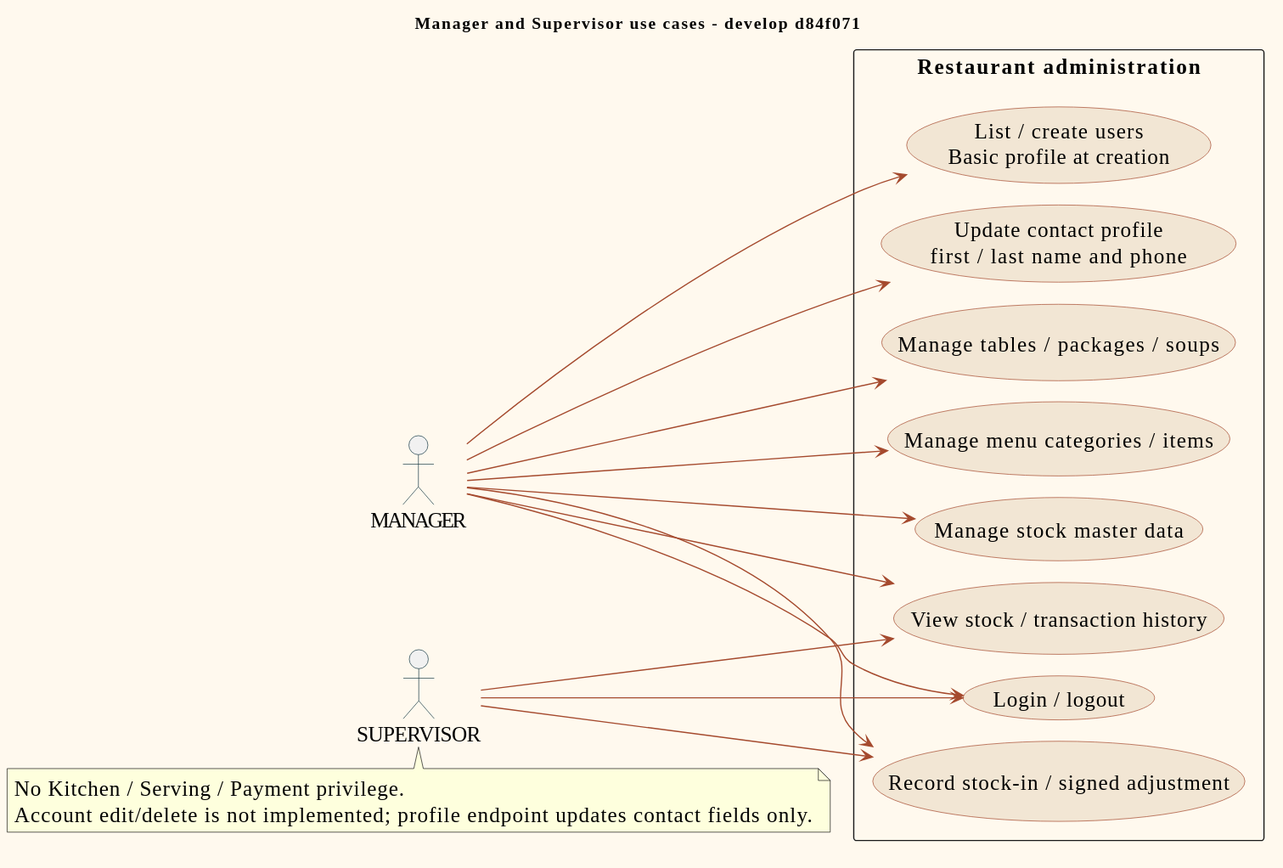
Above: doc/diagrams/previews/use-case-management.svg in PavaritPramual/buffet-restaurant-management-system (PlantUML), before the change.
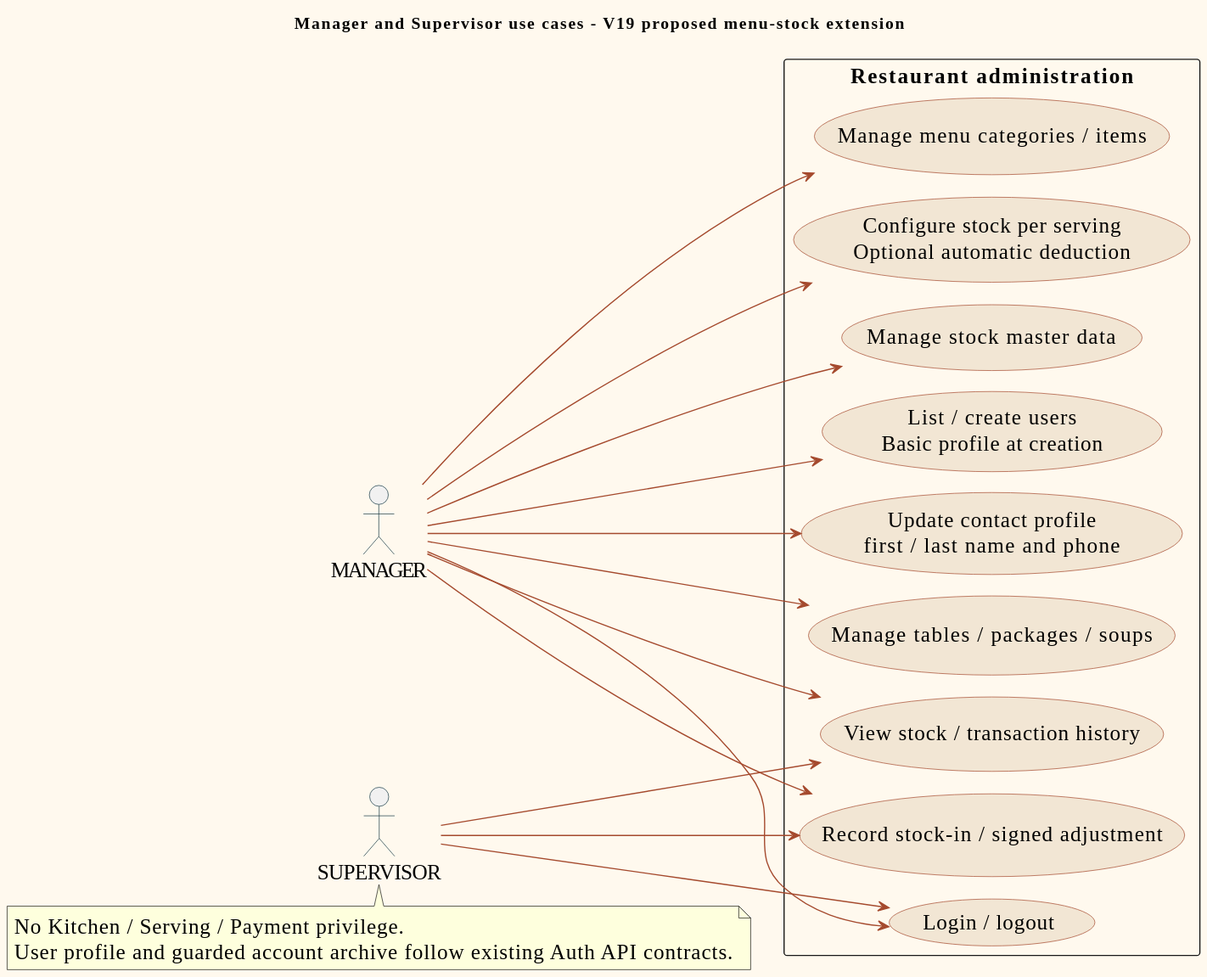
The same diagram one commit later.

What changed in the source:
```diff
@@ -11,7 +11,7 @@
 skinparam actorBorderColor #173A45
 skinparam usecaseBackgroundColor #F2E6D4
 skinparam usecaseBorderColor #A54A2E
-title Manager and Supervisor use cases - develop d84f071
+title Manager and Supervisor use cases - V19 proposed menu-stock extension
 left to right direction
 actor "MANAGER" as Manager
 actor "SUPERVISOR" as Supervisor
@@ -21,6 +21,7 @@
  usecase "Update contact profile\nfirst / last name and phone" as Profile
  usecase "Manage tables / packages / soups" as Catalog
  usecase "Manage menu categories / items" as Menu
+ usecase "Configure stock per serving\nOptional automatic deduction" as Recipe
  usecase "Manage stock master data" as Master
  usecase "View stock / transaction history" as Read
  usecase "Record stock-in / signed adjustment" as Move
@@ -31,6 +32,7 @@
 Manager --> Profile
 Manager --> Catalog
 Manager --> Menu
+Manager --> Recipe
 Manager --> Master
 Manager --> Read
 Manager --> Move
@@ -38,6 +40,6 @@
 Supervisor --> Move
 note bottom of Supervisor
 No Kitchen / Serving / Payment privilege.
-Account edit/delete is not implemented; profile endpoint updates contact fields only.
+User profile and guarded account archive follow existing Auth API contracts.
 end note
 @enduml
```
